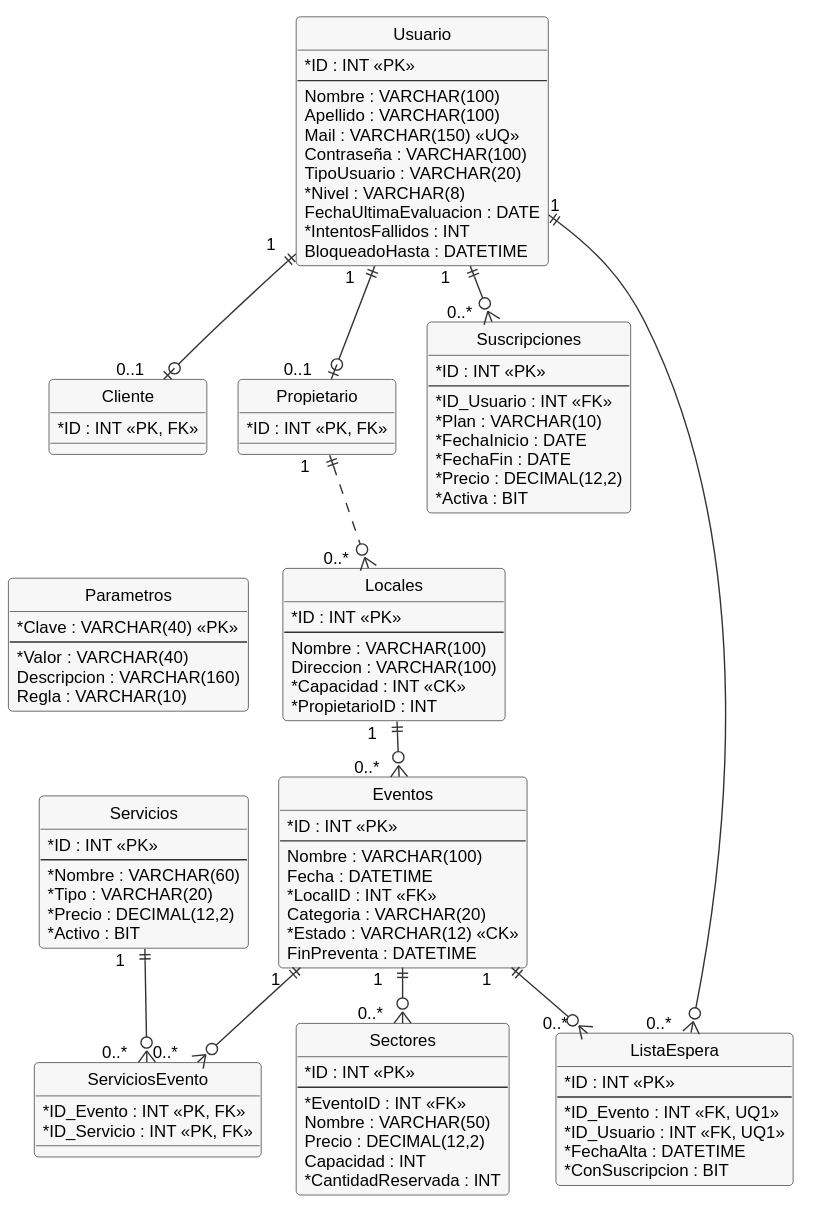
This is docs/diagramas/er-1-usuarios-catalogo.svg from MaximoAmbro/TrabajoDeDiploma, a PlantUML export, as it was before one commit. Source of this version:
```plantuml
@startuml
!include _estilo.iuml
skinparam nodesep 22
skinparam ranksep 40

entity Usuario {
  * ID : INT <<PK>>
  --
  Nombre : VARCHAR(100)
  Apellido : VARCHAR(100)
  Mail : VARCHAR(150) <<UQ>>
  Contraseña : VARCHAR(100)
  TipoUsuario : VARCHAR(20)
  * Nivel : VARCHAR(8)
  FechaUltimaEvaluacion : DATE
  * IntentosFallidos : INT
  BloqueadoHasta : DATETIME
}
entity Cliente {
  * ID : INT <<PK, FK>>
}
entity Propietario {
  * ID : INT <<PK, FK>>
}
entity Locales {
  * ID : INT <<PK>>
  --
  Nombre : VARCHAR(100)
  Direccion : VARCHAR(100)
  * Capacidad : INT <<CK>>
  * PropietarioID : INT
}
entity Eventos {
  * ID : INT <<PK>>
  --
  Nombre : VARCHAR(100)
  Fecha : DATETIME
  * LocalID : INT <<FK>>
  Categoria : VARCHAR(20)
  * Estado : VARCHAR(12) <<CK>>
  FinPreventa : DATETIME
}
entity Sectores {
  * ID : INT <<PK>>
  --
  * EventoID : INT <<FK>>
  Nombre : VARCHAR(50)
  Precio : DECIMAL(12,2)
  Capacidad : INT
  * CantidadReservada : INT
}
entity Servicios {
  * ID : INT <<PK>>
  --
  * Nombre : VARCHAR(60)
  * Tipo : VARCHAR(20)
  * Precio : DECIMAL(12,2)
  * Activo : BIT
}
entity ServiciosEvento {
  * ID_Evento : INT <<PK, FK>>
  * ID_Servicio : INT <<PK, FK>>
}
entity Suscripciones {
  * ID : INT <<PK>>
  --
  * ID_Usuario : INT <<FK>>
  * Plan : VARCHAR(10)
  * FechaInicio : DATE
  * FechaFin : DATE
  * Precio : DECIMAL(12,2)
  * Activa : BIT
}
entity ListaEspera {
  * ID : INT <<PK>>
  --
  * ID_Evento : INT <<FK, UQ1>>
  * ID_Usuario : INT <<FK, UQ1>>
  * FechaAlta : DATETIME
  * ConSuscripcion : BIT
}
entity Parametros {
  * Clave : VARCHAR(40) <<PK>>
  --
  * Valor : VARCHAR(40)
  Descripcion : VARCHAR(160)
  Regla : VARCHAR(10)
}

Usuario "1$_" ||--o| "0..1$_" Cliente
Usuario "1$_" ||--o| "0..1$_" Propietario
Propietario "1$_" ||..o{ "0..*$_" Locales
Locales "1$_" ||--o{ "0..*$_" Eventos
Eventos "1$_" ||--o{ "0..*$_" Sectores
Eventos "1$_" ||--o{ "0..*$_" ServiciosEvento
Servicios "1$_" ||--o{ "0..*$_" ServiciosEvento
Usuario "1$_" ||--o{ "0..*$_" Suscripciones
Eventos "1$_" ||--o{ "0..*$_" ListaEspera
Usuario "1$_" ||--o{ "0..*$_" ListaEspera

Cliente -[hidden]down- Parametros
@enduml
```
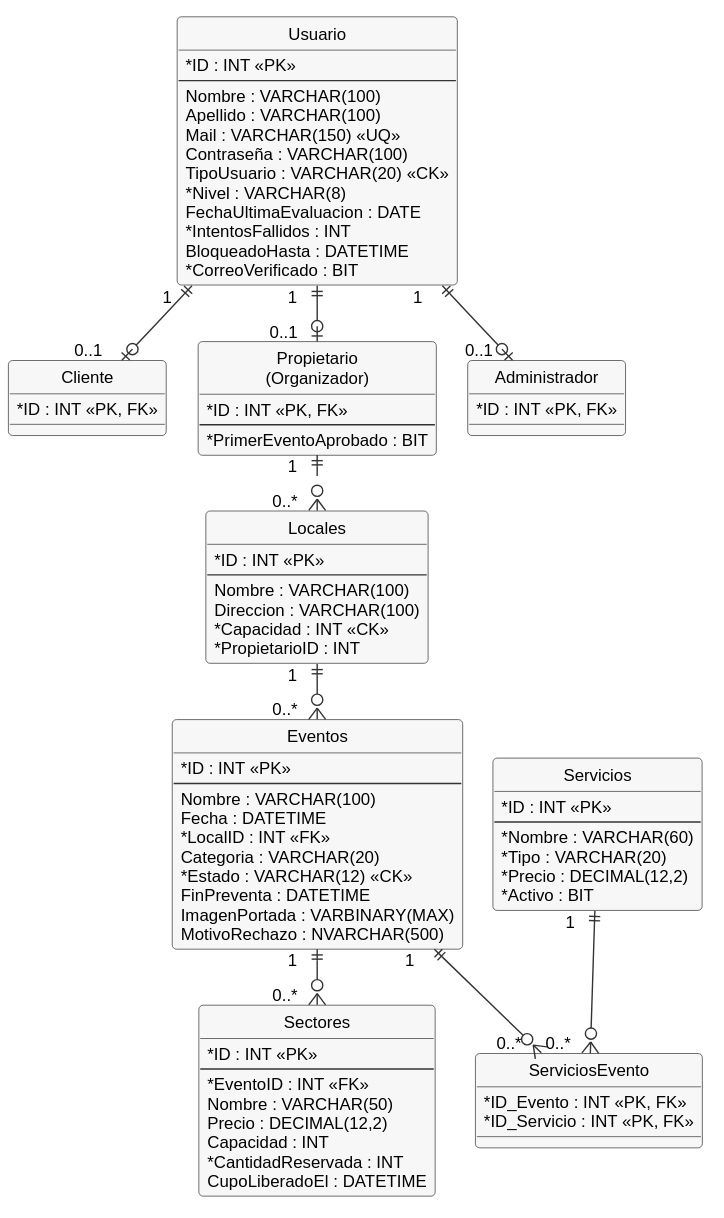
The same diagram one commit later.

Change to the diagram source:
```diff
@@ -10,16 +10,22 @@
   Apellido : VARCHAR(100)
   Mail : VARCHAR(150) <<UQ>>
   Contraseña : VARCHAR(100)
-  TipoUsuario : VARCHAR(20)
+  TipoUsuario : VARCHAR(20) <<CK>>
   * Nivel : VARCHAR(8)
   FechaUltimaEvaluacion : DATE
   * IntentosFallidos : INT
   BloqueadoHasta : DATETIME
+  * CorreoVerificado : BIT
 }
 entity Cliente {
   * ID : INT <<PK, FK>>
 }
-entity Propietario {
+entity "Propietario\n(Organizador)" as Propietario {
+  * ID : INT <<PK, FK>>
+  --
+  * PrimerEventoAprobado : BIT
+}
+entity Administrador {
   * ID : INT <<PK, FK>>
 }
 entity Locales {
@@ -39,6 +45,8 @@
   Categoria : VARCHAR(20)
   * Estado : VARCHAR(12) <<CK>>
   FinPreventa : DATETIME
+  ImagenPortada : VARBINARY(MAX)
+  MotivoRechazo : NVARCHAR(500)
 }
 entity Sectores {
   * ID : INT <<PK>>
@@ -48,6 +56,7 @@
   Precio : DECIMAL(12,2)
   Capacidad : INT
   * CantidadReservada : INT
+  CupoLiberadoEl : DATETIME
 }
 entity Servicios {
   * ID : INT <<PK>>
@@ -61,42 +70,13 @@
   * ID_Evento : INT <<PK, FK>>
   * ID_Servicio : INT <<PK, FK>>
 }
-entity Suscripciones {
-  * ID : INT <<PK>>
-  --
-  * ID_Usuario : INT <<FK>>
-  * Plan : VARCHAR(10)
-  * FechaInicio : DATE
-  * FechaFin : DATE
-  * Precio : DECIMAL(12,2)
-  * Activa : BIT
-}
-entity ListaEspera {
-  * ID : INT <<PK>>
-  --
-  * ID_Evento : INT <<FK, UQ1>>
-  * ID_Usuario : INT <<FK, UQ1>>
-  * FechaAlta : DATETIME
-  * ConSuscripcion : BIT
-}
-entity Parametros {
-  * Clave : VARCHAR(40) <<PK>>
-  --
-  * Valor : VARCHAR(40)
-  Descripcion : VARCHAR(160)
-  Regla : VARCHAR(10)
-}
 
 Usuario "1$_" ||--o| "0..1$_" Cliente
 Usuario "1$_" ||--o| "0..1$_" Propietario
+Usuario "1$_" ||--o| "0..1$_" Administrador
 Propietario "1$_" ||..o{ "0..*$_" Locales
 Locales "1$_" ||--o{ "0..*$_" Eventos
 Eventos "1$_" ||--o{ "0..*$_" Sectores
 Eventos "1$_" ||--o{ "0..*$_" ServiciosEvento
 Servicios "1$_" ||--o{ "0..*$_" ServiciosEvento
-Usuario "1$_" ||--o{ "0..*$_" Suscripciones
-Eventos "1$_" ||--o{ "0..*$_" ListaEspera
-Usuario "1$_" ||--o{ "0..*$_" ListaEspera
-
-Cliente -[hidden]down- Parametros
 @enduml
```
